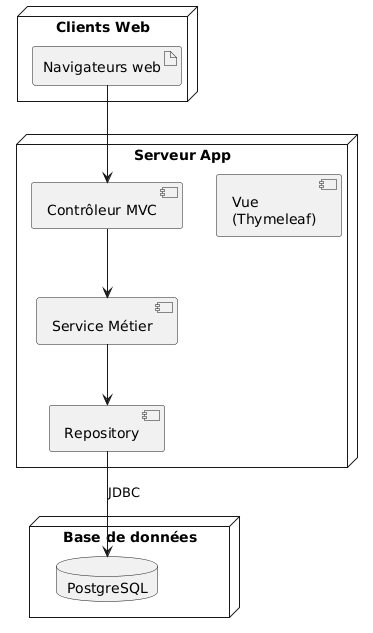
Earlier version of the PlantUML export img/diagrammeDeploiement-3-tiers.png (Anass1707/LOG430-labos). Its diagram source:
```plantuml
@startuml
node "Clients Web" {
  artifact "Navigateurs web"
}
node "Serveur App" {
  component "Contrôleur MVC"
  component "Service Métier"
  component "Repository"
  component "Vue\n(Thymeleaf)"
}

node "Base de données" {
  database "PostgreSQL"
}

"Navigateurs web" --> "Contrôleur MVC"
"Contrôleur MVC" --> "Service Métier"
"Service Métier" --> "Repository"
"Repository" --> "PostgreSQL" : JDBC
@enduml
```
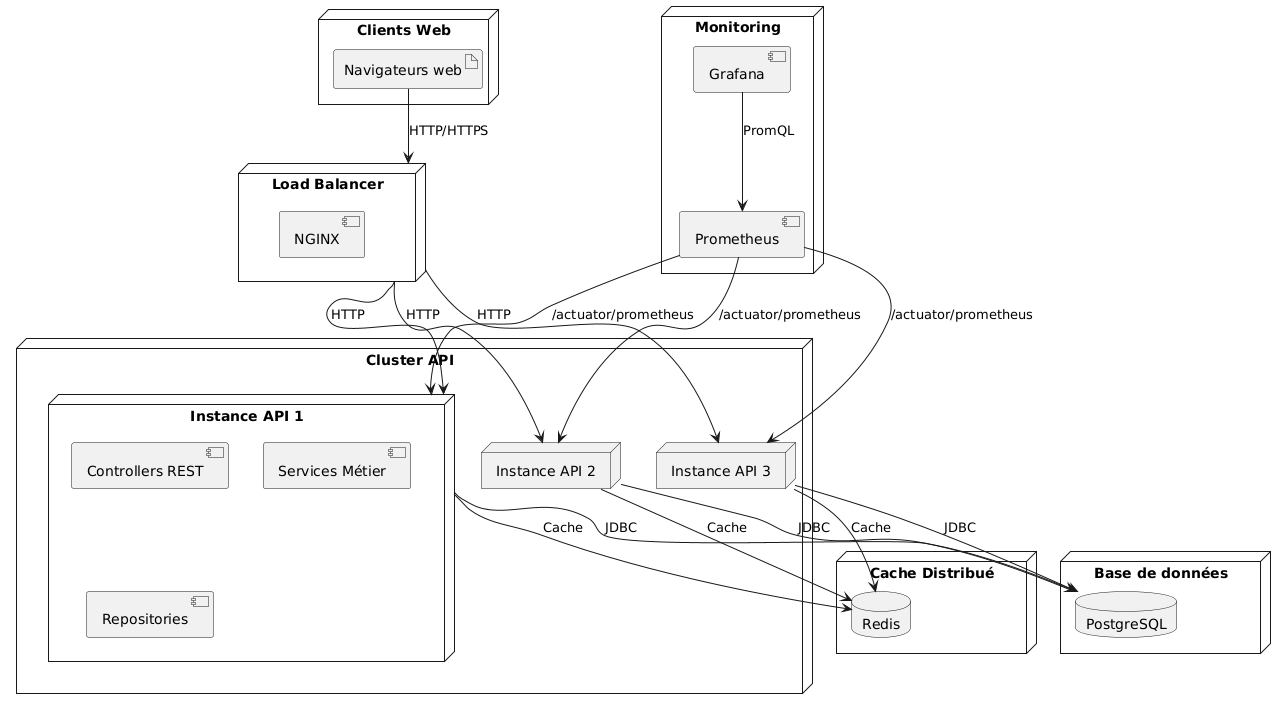
After the change.

Commit message:
ajout de redis pour la cache et maj des diagrammes

What changed in the source:
```diff
@@ -2,19 +2,59 @@
 node "Clients Web" {
   artifact "Navigateurs web"
 }
-node "Serveur App" {
-  component "Contrôleur MVC"
-  component "Service Métier"
-  component "Repository"
-  component "Vue\n(Thymeleaf)"
+
+node "Load Balancer" as lb {
+  component "NGINX"
+}
+
+node "Cluster API" {
+  node "Instance API 1" {
+    component "Controllers REST"
+    component "Services Métier"
+    component "Repositories"
+  }
+  node "Instance API 2" {
+    component "Controllers REST"
+    component "Services Métier"
+    component "Repositories"
+  }
+  node "Instance API 3" {
+    component "Controllers REST"
+    component "Services Métier"
+    component "Repositories"
+  }
+}
+
+node "Cache Distribué" {
+  database "Redis"
 }
 
 node "Base de données" {
   database "PostgreSQL"
 }
 
-"Navigateurs web" --> "Contrôleur MVC"
-"Contrôleur MVC" --> "Service Métier"
-"Service Métier" --> "Repository"
-"Repository" --> "PostgreSQL" : JDBC
+node "Monitoring" {
+  component "Prometheus"
+  component "Grafana"
+}
+
+"Navigateurs web" --> lb : HTTP/HTTPS
+
+"Grafana" --> "Prometheus" : PromQL
+
+lb --> "Instance API 1" : HTTP
+lb --> "Instance API 2" : HTTP
+lb --> "Instance API 3" : HTTP
+
+"Instance API 1" --> "Redis" : Cache
+"Instance API 2" --> "Redis" : Cache
+"Instance API 3" --> "Redis" : Cache
+
+"Instance API 1" --> "PostgreSQL" : JDBC
+"Instance API 2" --> "PostgreSQL" : JDBC
+"Instance API 3" --> "PostgreSQL" : JDBC
+
+"Prometheus" --> "Instance API 1" : /actuator/prometheus
+"Prometheus" --> "Instance API 2" : /actuator/prometheus
+"Prometheus" --> "Instance API 3" : /actuator/prometheus
 @enduml
```
